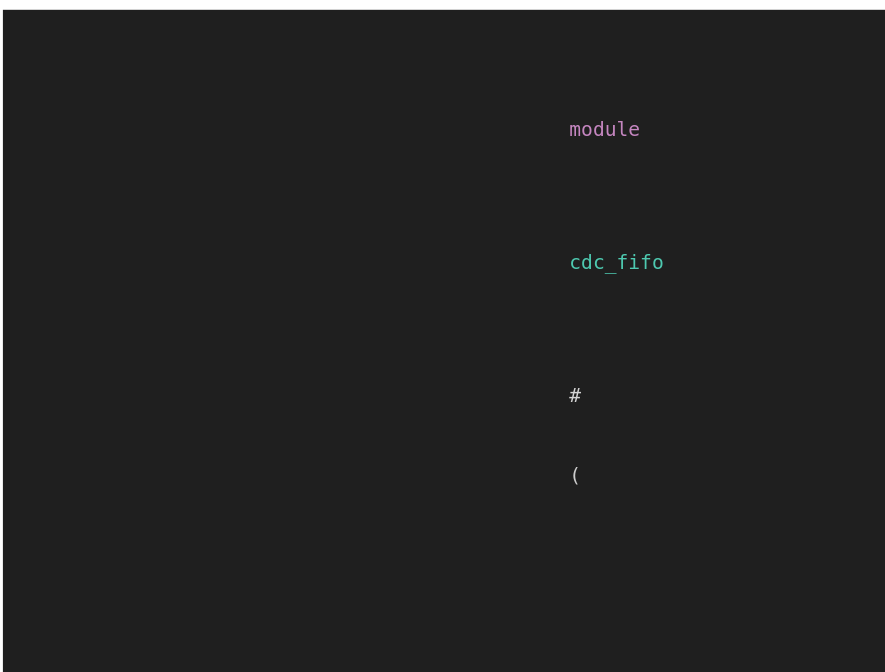
Earlier version of the draw.io export docs/svg/cdc_fifo.svg (ADN-VLSI/apb-uart). Source tidied: cells renumbered, new cells last; positions are measured from the earlier drawing's top-left corner, leaving out a move shared by most shapes.
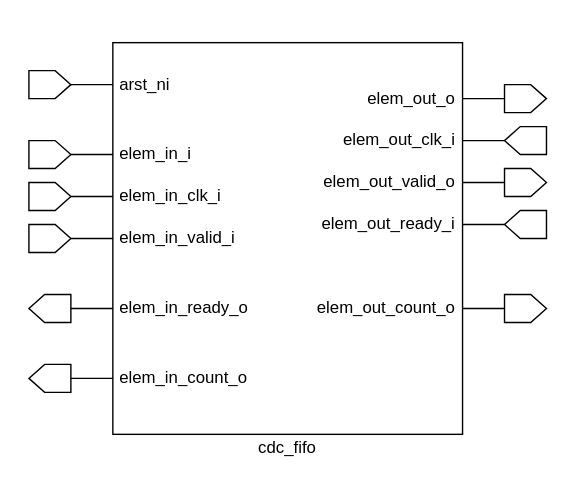
After the change.

Commit message:
changes the .svg file of cdc_fifo and uart_regif

Change to the diagram source:
```diff
@@ -2,8 +2,146 @@
   <root>
     <mxCell id="0" />
     <mxCell id="1" parent="0" />
-    <mxCell id="2" value="&lt;div style=&quot;color: #cccccc;background-color: #1f1f1f;font-family: 'Droid Sans Mono', 'monospace', monospace;font-weight: normal;font-size: 14px;line-height: 19px;white-space: pre;&quot;&gt;&lt;div&gt;&lt;span style=&quot;color: #c586c0;&quot;&gt;module&lt;/span&gt;&lt;span style=&quot;color: #cccccc;&quot;&gt; &lt;/span&gt;&lt;span style=&quot;color: #4ec9b0;&quot;&gt;cdc_fifo&lt;/span&gt;&lt;span style=&quot;color: #cccccc;&quot;&gt; &lt;/span&gt;&lt;span style=&quot;color: #d4d4d4;&quot;&gt;#&lt;/span&gt;&lt;span style=&quot;color: #cccccc;&quot;&gt;(&lt;/span&gt;&lt;/div&gt;&lt;div&gt;&lt;span style=&quot;color: #cccccc;&quot;&gt;    &lt;/span&gt;&lt;span style=&quot;color: #569cd6;&quot;&gt;parameter&lt;/span&gt;&lt;span style=&quot;color: #cccccc;&quot;&gt; &lt;/span&gt;&lt;span style=&quot;color: #569cd6;&quot;&gt;int&lt;/span&gt;&lt;span style=&quot;color: #cccccc;&quot;&gt; ELEM_WIDTH &lt;/span&gt;&lt;span style=&quot;color: #d4d4d4;&quot;&gt;=&lt;/span&gt;&lt;span style=&quot;color: #cccccc;&quot;&gt; &lt;/span&gt;&lt;span style=&quot;color: #b5cea8;&quot;&gt;8&lt;/span&gt;&lt;span style=&quot;color: #cccccc;&quot;&gt;,&lt;/span&gt;&lt;/div&gt;&lt;div&gt;&lt;span style=&quot;color: #cccccc;&quot;&gt;    &lt;/span&gt;&lt;span style=&quot;color: #569cd6;&quot;&gt;parameter&lt;/span&gt;&lt;span style=&quot;color: #cccccc;&quot;&gt; &lt;/span&gt;&lt;span style=&quot;color: #569cd6;&quot;&gt;int&lt;/span&gt;&lt;span style=&quot;color: #cccccc;&quot;&gt; FIFO_SIZE  &lt;/span&gt;&lt;span style=&quot;color: #d4d4d4;&quot;&gt;=&lt;/span&gt;&lt;span style=&quot;color: #cccccc;&quot;&gt; &lt;/span&gt;&lt;span style=&quot;color: #b5cea8;&quot;&gt;2&lt;/span&gt;&lt;/div&gt;&lt;div&gt;&lt;span style=&quot;color: #cccccc;&quot;&gt;) (&lt;/span&gt;&lt;/div&gt;&lt;div&gt;&lt;span style=&quot;color: #cccccc;&quot;&gt;    &lt;/span&gt;&lt;span style=&quot;color: #6a9955;&quot;&gt;// Asynchronous active-low reset (applies to registers in both domains)&lt;/span&gt;&lt;/div&gt;&lt;div&gt;&lt;span style=&quot;color: #cccccc;&quot;&gt;    &lt;/span&gt;&lt;span style=&quot;color: #4ec9b0;&quot;&gt;input&lt;/span&gt;&lt;span style=&quot;color: #cccccc;&quot;&gt; &lt;/span&gt;&lt;span style=&quot;color: #569cd6;&quot;&gt;logic&lt;/span&gt;&lt;span style=&quot;color: #cccccc;&quot;&gt; &lt;/span&gt;&lt;span style=&quot;color: #9cdcfe;&quot;&gt;arst_ni&lt;/span&gt;&lt;span style=&quot;color: #cccccc;&quot;&gt;,&lt;/span&gt;&lt;/div&gt;&lt;br&gt;&lt;div&gt;&lt;span style=&quot;color: #cccccc;&quot;&gt;    &lt;/span&gt;&lt;span style=&quot;color: #6a9955;&quot;&gt;// Write interface (input domain)&lt;/span&gt;&lt;/div&gt;&lt;div&gt;&lt;span style=&quot;color: #cccccc;&quot;&gt;    &lt;/span&gt;&lt;span style=&quot;color: #4ec9b0;&quot;&gt;input&lt;/span&gt;&lt;span style=&quot;color: #cccccc;&quot;&gt;  &lt;/span&gt;&lt;span style=&quot;color: #569cd6;&quot;&gt;logic&lt;/span&gt;&lt;span style=&quot;color: #cccccc;&quot;&gt; [        ELEM_WIDTH&lt;/span&gt;&lt;span style=&quot;color: #d4d4d4;&quot;&gt;-&lt;/span&gt;&lt;span style=&quot;color: #b5cea8;&quot;&gt;1&lt;/span&gt;&lt;span style=&quot;color: #d4d4d4;&quot;&gt;:&lt;/span&gt;&lt;span style=&quot;color: #b5cea8;&quot;&gt;0&lt;/span&gt;&lt;span style=&quot;color: #cccccc;&quot;&gt;] &lt;/span&gt;&lt;span style=&quot;color: #9cdcfe;&quot;&gt;elem_in_i&lt;/span&gt;&lt;span style=&quot;color: #cccccc;&quot;&gt;,&lt;/span&gt;&lt;/div&gt;&lt;div&gt;&lt;span style=&quot;color: #cccccc;&quot;&gt;    &lt;/span&gt;&lt;span style=&quot;color: #4ec9b0;&quot;&gt;input&lt;/span&gt;&lt;span style=&quot;color: #cccccc;&quot;&gt;  &lt;/span&gt;&lt;span style=&quot;color: #569cd6;&quot;&gt;logic&lt;/span&gt;&lt;span style=&quot;color: #cccccc;&quot;&gt;                          &lt;/span&gt;&lt;span style=&quot;color: #9cdcfe;&quot;&gt;elem_in_clk_i&lt;/span&gt;&lt;span style=&quot;color: #cccccc;&quot;&gt;,&lt;/span&gt;&lt;/div&gt;&lt;div&gt;&lt;span style=&quot;color: #cccccc;&quot;&gt;    &lt;/span&gt;&lt;span style=&quot;color: #4ec9b0;&quot;&gt;input&lt;/span&gt;&lt;span style=&quot;color: #cccccc;&quot;&gt;  &lt;/span&gt;&lt;span style=&quot;color: #569cd6;&quot;&gt;logic&lt;/span&gt;&lt;span style=&quot;color: #cccccc;&quot;&gt;                          &lt;/span&gt;&lt;span style=&quot;color: #9cdcfe;&quot;&gt;elem_in_valid_i&lt;/span&gt;&lt;span style=&quot;color: #cccccc;&quot;&gt;,&lt;/span&gt;&lt;/div&gt;&lt;div&gt;&lt;span style=&quot;color: #cccccc;&quot;&gt;    &lt;/span&gt;&lt;span style=&quot;color: #6a9955;&quot;&gt;// Ready is asserted when there's free space in the FIFO&lt;/span&gt;&lt;/div&gt;&lt;div&gt;&lt;span style=&quot;color: #cccccc;&quot;&gt;    &lt;/span&gt;&lt;span style=&quot;color: #4ec9b0;&quot;&gt;output&lt;/span&gt;&lt;span style=&quot;color: #cccccc;&quot;&gt; &lt;/span&gt;&lt;span style=&quot;color: #569cd6;&quot;&gt;logic&lt;/span&gt;&lt;span style=&quot;color: #cccccc;&quot;&gt;                          &lt;/span&gt;&lt;span style=&quot;color: #9cdcfe;&quot;&gt;elem_in_ready_o&lt;/span&gt;&lt;span style=&quot;color: #cccccc;&quot;&gt;,&lt;/span&gt;&lt;/div&gt;&lt;div&gt;&lt;span style=&quot;color: #cccccc;&quot;&gt;    &lt;/span&gt;&lt;span style=&quot;color: #6a9955;&quot;&gt;// Count of free/filled elements relative to write domain&lt;/span&gt;&lt;/div&gt;&lt;div&gt;&lt;span style=&quot;color: #cccccc;&quot;&gt;    &lt;/span&gt;&lt;span style=&quot;color: #4ec9b0;&quot;&gt;output&lt;/span&gt;&lt;span style=&quot;color: #cccccc;&quot;&gt; &lt;/span&gt;&lt;span style=&quot;color: #569cd6;&quot;&gt;logic&lt;/span&gt;&lt;span style=&quot;color: #cccccc;&quot;&gt; [&lt;/span&gt;&lt;span style=&quot;color: #dcdcaa;&quot;&gt;$clog2&lt;/span&gt;&lt;span style=&quot;color: #cccccc;&quot;&gt;(&lt;/span&gt;&lt;span style=&quot;color: #b5cea8;&quot;&gt;2&lt;/span&gt;&lt;span style=&quot;color: #d4d4d4;&quot;&gt;**&lt;/span&gt;&lt;span style=&quot;color: #cccccc;&quot;&gt;FIFO_SIZE)&lt;/span&gt;&lt;span style=&quot;color: #d4d4d4;&quot;&gt;:&lt;/span&gt;&lt;span style=&quot;color: #b5cea8;&quot;&gt;0&lt;/span&gt;&lt;span style=&quot;color: #cccccc;&quot;&gt;] &lt;/span&gt;&lt;span style=&quot;color: #9cdcfe;&quot;&gt;elem_in_count_o&lt;/span&gt;&lt;span style=&quot;color: #cccccc;&quot;&gt;,&lt;/span&gt;&lt;/div&gt;&lt;br&gt;&lt;div&gt;&lt;span style=&quot;color: #cccccc;&quot;&gt;    &lt;/span&gt;&lt;span style=&quot;color: #6a9955;&quot;&gt;// Read interface (output domain)&lt;/span&gt;&lt;/div&gt;&lt;div&gt;&lt;span style=&quot;color: #cccccc;&quot;&gt;    &lt;/span&gt;&lt;span style=&quot;color: #4ec9b0;&quot;&gt;output&lt;/span&gt;&lt;span style=&quot;color: #cccccc;&quot;&gt; &lt;/span&gt;&lt;span style=&quot;color: #569cd6;&quot;&gt;logic&lt;/span&gt;&lt;span style=&quot;color: #cccccc;&quot;&gt; [        ELEM_WIDTH&lt;/span&gt;&lt;span style=&quot;color: #d4d4d4;&quot;&gt;-&lt;/span&gt;&lt;span style=&quot;color: #b5cea8;&quot;&gt;1&lt;/span&gt;&lt;span style=&quot;color: #d4d4d4;&quot;&gt;:&lt;/span&gt;&lt;span style=&quot;color: #b5cea8;&quot;&gt;0&lt;/span&gt;&lt;span style=&quot;color: #cccccc;&quot;&gt;] &lt;/span&gt;&lt;span style=&quot;color: #9cdcfe;&quot;&gt;elem_out_o&lt;/span&gt;&lt;span style=&quot;color: #cccccc;&quot;&gt;,&lt;/span&gt;&lt;/div&gt;&lt;div&gt;&lt;span style=&quot;color: #cccccc;&quot;&gt;    &lt;/span&gt;&lt;span style=&quot;color: #4ec9b0;&quot;&gt;input&lt;/span&gt;&lt;span style=&quot;color: #cccccc;&quot;&gt;  &lt;/span&gt;&lt;span style=&quot;color: #569cd6;&quot;&gt;logic&lt;/span&gt;&lt;span style=&quot;color: #cccccc;&quot;&gt;                          &lt;/span&gt;&lt;span style=&quot;color: #9cdcfe;&quot;&gt;elem_out_clk_i&lt;/span&gt;&lt;span style=&quot;color: #cccccc;&quot;&gt;,&lt;/span&gt;&lt;/div&gt;&lt;div&gt;&lt;span style=&quot;color: #cccccc;&quot;&gt;    &lt;/span&gt;&lt;span style=&quot;color: #4ec9b0;&quot;&gt;output&lt;/span&gt;&lt;span style=&quot;color: #cccccc;&quot;&gt; &lt;/span&gt;&lt;span style=&quot;color: #569cd6;&quot;&gt;logic&lt;/span&gt;&lt;span style=&quot;color: #cccccc;&quot;&gt;                          &lt;/span&gt;&lt;span style=&quot;color: #9cdcfe;&quot;&gt;elem_out_valid_o&lt;/span&gt;&lt;span style=&quot;color: #cccccc;&quot;&gt;,&lt;/span&gt;&lt;/div&gt;&lt;div&gt;&lt;span style=&quot;color: #cccccc;&quot;&gt;    &lt;/span&gt;&lt;span style=&quot;color: #4ec9b0;&quot;&gt;input&lt;/span&gt;&lt;span style=&quot;color: #cccccc;&quot;&gt;  &lt;/span&gt;&lt;span style=&quot;color: #569cd6;&quot;&gt;logic&lt;/span&gt;&lt;span style=&quot;color: #cccccc;&quot;&gt;                          &lt;/span&gt;&lt;span style=&quot;color: #9cdcfe;&quot;&gt;elem_out_ready_i&lt;/span&gt;&lt;span style=&quot;color: #cccccc;&quot;&gt;,&lt;/span&gt;&lt;/div&gt;&lt;div&gt;&lt;span style=&quot;color: #cccccc;&quot;&gt;    &lt;/span&gt;&lt;span style=&quot;color: #6a9955;&quot;&gt;// Count of items available relative to output domain&lt;/span&gt;&lt;/div&gt;&lt;div&gt;&lt;span style=&quot;color: #cccccc;&quot;&gt;    &lt;/span&gt;&lt;span style=&quot;color: #4ec9b0;&quot;&gt;output&lt;/span&gt;&lt;span style=&quot;color: #cccccc;&quot;&gt; &lt;/span&gt;&lt;span style=&quot;color: #569cd6;&quot;&gt;logic&lt;/span&gt;&lt;span style=&quot;color: #cccccc;&quot;&gt; [&lt;/span&gt;&lt;span style=&quot;color: #dcdcaa;&quot;&gt;$clog2&lt;/span&gt;&lt;span style=&quot;color: #cccccc;&quot;&gt;(&lt;/span&gt;&lt;span style=&quot;color: #b5cea8;&quot;&gt;2&lt;/span&gt;&lt;span style=&quot;color: #d4d4d4;&quot;&gt;**&lt;/span&gt;&lt;span style=&quot;color: #cccccc;&quot;&gt;FIFO_SIZE)&lt;/span&gt;&lt;span style=&quot;color: #d4d4d4;&quot;&gt;:&lt;/span&gt;&lt;span style=&quot;color: #b5cea8;&quot;&gt;0&lt;/span&gt;&lt;span style=&quot;color: #cccccc;&quot;&gt;] &lt;/span&gt;&lt;span style=&quot;color: #9cdcfe;&quot;&gt;elem_out_count_o&lt;/span&gt;&lt;/div&gt;&lt;div&gt;&lt;span style=&quot;color: #cccccc;&quot;&gt;);&lt;/span&gt;&lt;/div&gt;&lt;/div&gt;" style="text;whiteSpace=wrap;html=1;" parent="1" vertex="1">
-      <mxGeometry width="560" height="480" as="geometry" />
-    </mxCell>
+    <mxCell id="3" style="rounded=0;whiteSpace=wrap;html=1;strokeColor=none;" parent="1" vertex="1">
+      <mxGeometry x="-150" y="-20" width="410" height="340" as="geometry" />
+    </mxCell>
+    <mxCell id="4" style="rounded=0;whiteSpace=wrap;html=1;" parent="1" vertex="1">
+      <mxGeometry x="-70" y="10" width="250" height="280" as="geometry" />
+    </mxCell>
+    <mxCell id="5" style="shape=offPageConnector;whiteSpace=wrap;html=1;direction=north;" parent="1" vertex="1">
+      <mxGeometry x="-130" y="30" width="30" height="20" as="geometry" />
+    </mxCell>
+    <mxCell id="6" value="arst_ni" style="rounded=0;whiteSpace=wrap;html=1;fillColor=none;strokeColor=none;spacing=5;align=left;" parent="1" vertex="1">
+      <mxGeometry x="-70" y="30" width="110" height="20" as="geometry" />
+    </mxCell>
+    <mxCell id="7" style="edgeStyle=orthogonalEdgeStyle;rounded=0;orthogonalLoop=1;jettySize=auto;html=1;exitX=0.5;exitY=1;exitDx=0;exitDy=0;entryX=0;entryY=0.087;entryDx=0;entryDy=0;entryPerimeter=0;endArrow=none;endFill=0;" parent="1" edge="1">
+      <mxGeometry relative="1" as="geometry">
+        <mxPoint x="-100" y="40" as="sourcePoint" />
+        <mxPoint x="-70" y="40" as="targetPoint" />
+      </mxGeometry>
+    </mxCell>
+    <mxCell id="8" style="shape=offPageConnector;whiteSpace=wrap;html=1;direction=north;" parent="1" vertex="1">
+      <mxGeometry x="-130" y="80" width="30" height="20" as="geometry" />
+    </mxCell>
+    <mxCell id="9" style="edgeStyle=orthogonalEdgeStyle;rounded=0;orthogonalLoop=1;jettySize=auto;html=1;exitX=0.5;exitY=1;exitDx=0;exitDy=0;entryX=0;entryY=0.087;entryDx=0;entryDy=0;entryPerimeter=0;endArrow=none;endFill=0;" parent="1" edge="1">
+      <mxGeometry relative="1" as="geometry">
+        <mxPoint x="-100" y="90" as="sourcePoint" />
+        <mxPoint x="-70" y="90" as="targetPoint" />
+      </mxGeometry>
+    </mxCell>
+    <mxCell id="10" value="elem_in_i" style="rounded=0;whiteSpace=wrap;html=1;fillColor=none;strokeColor=none;spacing=5;align=left;" parent="1" vertex="1">
+      <mxGeometry x="-70" y="80" width="110" height="20" as="geometry" />
+    </mxCell>
+    <mxCell id="11" style="shape=offPageConnector;whiteSpace=wrap;html=1;direction=north;" parent="1" vertex="1">
+      <mxGeometry x="-130" y="110" width="30" height="20" as="geometry" />
+    </mxCell>
+    <mxCell id="12" style="edgeStyle=orthogonalEdgeStyle;rounded=0;orthogonalLoop=1;jettySize=auto;html=1;exitX=0.5;exitY=1;exitDx=0;exitDy=0;entryX=0;entryY=0.087;entryDx=0;entryDy=0;entryPerimeter=0;endArrow=none;endFill=0;" parent="1" edge="1">
+      <mxGeometry relative="1" as="geometry">
+        <mxPoint x="-100" y="120" as="sourcePoint" />
+        <mxPoint x="-70" y="120" as="targetPoint" />
+      </mxGeometry>
+    </mxCell>
+    <mxCell id="13" value="elem_in_clk_i" style="rounded=0;whiteSpace=wrap;html=1;fillColor=none;strokeColor=none;spacing=5;align=left;" parent="1" vertex="1">
+      <mxGeometry x="-70" y="110" width="110" height="20" as="geometry" />
+    </mxCell>
+    <mxCell id="14" style="shape=offPageConnector;whiteSpace=wrap;html=1;direction=north;" parent="1" vertex="1">
+      <mxGeometry x="-130" y="140" width="30" height="20" as="geometry" />
+    </mxCell>
+    <mxCell id="15" style="edgeStyle=orthogonalEdgeStyle;rounded=0;orthogonalLoop=1;jettySize=auto;html=1;exitX=0.5;exitY=1;exitDx=0;exitDy=0;entryX=0;entryY=0.087;entryDx=0;entryDy=0;entryPerimeter=0;endArrow=none;endFill=0;" parent="1" edge="1">
+      <mxGeometry relative="1" as="geometry">
+        <mxPoint x="-100" y="150" as="sourcePoint" />
+        <mxPoint x="-70" y="150" as="targetPoint" />
+      </mxGeometry>
+    </mxCell>
+    <mxCell id="16" value="elem_in_valid_i" style="rounded=0;whiteSpace=wrap;html=1;fillColor=none;strokeColor=none;spacing=5;align=left;" parent="1" vertex="1">
+      <mxGeometry x="-70" y="140" width="110" height="20" as="geometry" />
+    </mxCell>
+    <mxCell id="17" style="shape=offPageConnector;whiteSpace=wrap;html=1;direction=south;" parent="1" vertex="1">
+      <mxGeometry x="-130" y="190" width="30" height="20" as="geometry" />
+    </mxCell>
+    <mxCell id="18" value="elem_in_ready_o" style="rounded=0;whiteSpace=wrap;html=1;fillColor=none;strokeColor=none;spacing=5;align=left;" parent="1" vertex="1">
+      <mxGeometry x="-70" y="190" width="110" height="20" as="geometry" />
+    </mxCell>
+    <mxCell id="19" style="edgeStyle=orthogonalEdgeStyle;rounded=0;orthogonalLoop=1;jettySize=auto;html=1;exitX=0.5;exitY=1;exitDx=0;exitDy=0;entryX=0;entryY=0.087;entryDx=0;entryDy=0;entryPerimeter=0;endArrow=none;endFill=0;" parent="1" edge="1">
+      <mxGeometry relative="1" as="geometry">
+        <mxPoint x="-100" y="200" as="sourcePoint" />
+        <mxPoint x="-70" y="200" as="targetPoint" />
+      </mxGeometry>
+    </mxCell>
+    <mxCell id="20" style="shape=offPageConnector;whiteSpace=wrap;html=1;direction=south;" parent="1" vertex="1">
+      <mxGeometry x="-130" y="240" width="30" height="20" as="geometry" />
+    </mxCell>
+    <mxCell id="21" value="elem_in_count_o" style="rounded=0;whiteSpace=wrap;html=1;fillColor=none;strokeColor=none;spacing=5;align=left;" parent="1" vertex="1">
+      <mxGeometry x="-70" y="240" width="110" height="20" as="geometry" />
+    </mxCell>
+    <mxCell id="22" style="edgeStyle=orthogonalEdgeStyle;rounded=0;orthogonalLoop=1;jettySize=auto;html=1;exitX=0.5;exitY=1;exitDx=0;exitDy=0;entryX=0;entryY=0.087;entryDx=0;entryDy=0;entryPerimeter=0;endArrow=none;endFill=0;" parent="1" edge="1">
+      <mxGeometry relative="1" as="geometry">
+        <mxPoint x="-100" y="250" as="sourcePoint" />
+        <mxPoint x="-70" y="250" as="targetPoint" />
+      </mxGeometry>
+    </mxCell>
+    <mxCell id="23" style="shape=offPageConnector;whiteSpace=wrap;html=1;direction=north;" parent="1" vertex="1">
+      <mxGeometry x="210" y="190" width="30" height="20" as="geometry" />
+    </mxCell>
+    <mxCell id="24" style="shape=offPageConnector;whiteSpace=wrap;html=1;direction=south;" parent="1" vertex="1">
+      <mxGeometry x="210" y="130" width="30" height="20" as="geometry" />
+    </mxCell>
+    <mxCell id="25" style="shape=offPageConnector;whiteSpace=wrap;html=1;direction=north;" parent="1" vertex="1">
+      <mxGeometry x="210" y="100" width="30" height="20" as="geometry" />
+    </mxCell>
+    <mxCell id="26" style="shape=offPageConnector;whiteSpace=wrap;html=1;direction=south;" parent="1" vertex="1">
+      <mxGeometry x="210" y="70" width="30" height="20" as="geometry" />
+    </mxCell>
+    <mxCell id="27" style="shape=offPageConnector;whiteSpace=wrap;html=1;direction=north;" parent="1" vertex="1">
+      <mxGeometry x="210" y="40" width="30" height="20" as="geometry" />
+    </mxCell>
+    <mxCell id="28" style="edgeStyle=orthogonalEdgeStyle;rounded=0;orthogonalLoop=1;jettySize=auto;html=1;exitX=0.5;exitY=1;exitDx=0;exitDy=0;entryX=0;entryY=0.087;entryDx=0;entryDy=0;entryPerimeter=0;endArrow=none;endFill=0;" parent="1" edge="1">
+      <mxGeometry relative="1" as="geometry">
+        <mxPoint x="180" y="50" as="sourcePoint" />
+        <mxPoint x="210" y="50" as="targetPoint" />
+      </mxGeometry>
+    </mxCell>
+    <mxCell id="29" style="edgeStyle=orthogonalEdgeStyle;rounded=0;orthogonalLoop=1;jettySize=auto;html=1;exitX=0.5;exitY=1;exitDx=0;exitDy=0;entryX=0;entryY=0.087;entryDx=0;entryDy=0;entryPerimeter=0;endArrow=none;endFill=0;" parent="1" edge="1">
+      <mxGeometry relative="1" as="geometry">
+        <mxPoint x="180" y="80" as="sourcePoint" />
+        <mxPoint x="210" y="80" as="targetPoint" />
+      </mxGeometry>
+    </mxCell>
+    <mxCell id="30" style="edgeStyle=orthogonalEdgeStyle;rounded=0;orthogonalLoop=1;jettySize=auto;html=1;exitX=0.5;exitY=1;exitDx=0;exitDy=0;entryX=0;entryY=0.087;entryDx=0;entryDy=0;entryPerimeter=0;endArrow=none;endFill=0;" parent="1" edge="1">
+      <mxGeometry relative="1" as="geometry">
+        <mxPoint x="180" y="110" as="sourcePoint" />
+        <mxPoint x="210" y="110" as="targetPoint" />
+      </mxGeometry>
+    </mxCell>
+    <mxCell id="31" style="edgeStyle=orthogonalEdgeStyle;rounded=0;orthogonalLoop=1;jettySize=auto;html=1;exitX=0.5;exitY=1;exitDx=0;exitDy=0;entryX=0;entryY=0.087;entryDx=0;entryDy=0;entryPerimeter=0;endArrow=none;endFill=0;" parent="1" edge="1">
+      <mxGeometry relative="1" as="geometry">
+        <mxPoint x="180" y="140" as="sourcePoint" />
+        <mxPoint x="210" y="140" as="targetPoint" />
+      </mxGeometry>
+    </mxCell>
+    <mxCell id="32" style="edgeStyle=orthogonalEdgeStyle;rounded=0;orthogonalLoop=1;jettySize=auto;html=1;exitX=0.5;exitY=1;exitDx=0;exitDy=0;entryX=0;entryY=0.087;entryDx=0;entryDy=0;entryPerimeter=0;endArrow=none;endFill=0;" parent="1" edge="1">
+      <mxGeometry relative="1" as="geometry">
+        <mxPoint x="180" y="200" as="sourcePoint" />
+        <mxPoint x="210" y="200" as="targetPoint" />
+      </mxGeometry>
+    </mxCell>
+    <mxCell id="33" value="elem_out_o" style="rounded=0;whiteSpace=wrap;html=1;fillColor=none;strokeColor=none;spacing=5;align=right;" parent="1" vertex="1">
+      <mxGeometry x="70" y="40" width="110" height="20" as="geometry" />
+    </mxCell>
+    <mxCell id="34" value="elem_out_clk_i" style="rounded=0;whiteSpace=wrap;html=1;fillColor=none;strokeColor=none;spacing=5;align=right;" parent="1" vertex="1">
+      <mxGeometry x="70" y="70" width="110" height="20" as="geometry" />
+    </mxCell>
+    <mxCell id="35" value="elem_out_valid_o" style="rounded=0;whiteSpace=wrap;html=1;fillColor=none;strokeColor=none;spacing=5;align=right;" parent="1" vertex="1">
+      <mxGeometry x="70" y="100" width="110" height="20" as="geometry" />
+    </mxCell>
+    <mxCell id="36" value="elem_out_ready_i" style="rounded=0;whiteSpace=wrap;html=1;fillColor=none;strokeColor=none;spacing=5;align=right;" parent="1" vertex="1">
+      <mxGeometry x="70" y="130" width="110" height="20" as="geometry" />
+    </mxCell>
+    <mxCell id="37" value="elem_out_count_o" style="rounded=0;whiteSpace=wrap;html=1;fillColor=none;strokeColor=none;spacing=5;align=right;" parent="1" vertex="1">
+      <mxGeometry x="70" y="190" width="110" height="20" as="geometry" />
+    </mxCell>
+    <mxCell id="38" value="cdc_fifo" style="rounded=0;whiteSpace=wrap;html=1;fillColor=none;strokeColor=none;spacing=5;align=center;" parent="1" vertex="1">
+      <mxGeometry y="290" width="110" height="20" as="geometry" />
+    </mxCell>
   </root>
 </mxGraphModel>
```
